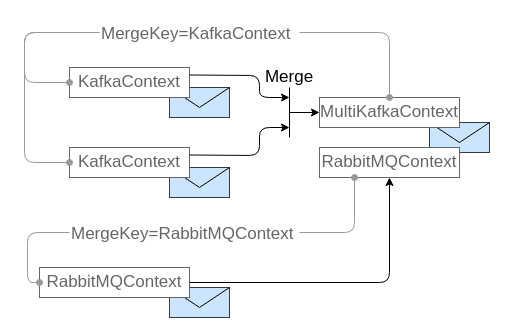
Before: page "example-merge" (7 of 7) of doc/drawings.drawio in AmadeusITGroup/odyssey-reactive-messaging, a draw.io diagram. Source tidied: cells renumbered, new cells numbered last; positions are measured from the earlier drawing's top-left corner, leaving out a move shared by most shapes. Both pictures are drawn from the tidied source at 100%, with x=0, y=0 at pixel (24, 17).
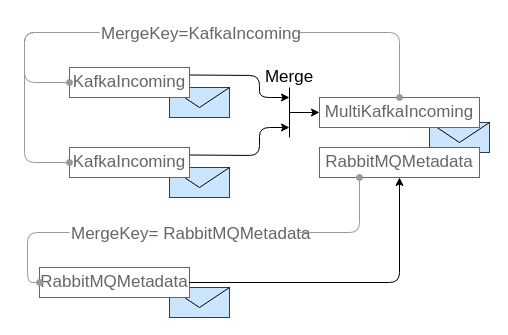
Above is the later version.

Diff of the diagram source:
```diff
@@
-    <mxCell id="17" value="KafkaContext" style="rounded=0;whiteSpace=wrap;html=1;strokeColor=#666666;fontColor=#666666;fontSize=17;" parent="1" vertex="1">
+    <mxCell id="17" value="KafkaIncoming" style="rounded=0;whiteSpace=wrap;html=1;strokeColor=#666666;fontColor=#666666;fontSize=17;" parent="1" vertex="1">
       <mxGeometry x="45" y="50" width="120" height="30" as="geometry" />
     </mxCell>
-    <mxCell id="18" value="KafkaContext" style="rounded=0;whiteSpace=wrap;html=1;strokeColor=#666666;fontColor=#666666;fontSize=17;" parent="1" vertex="1">
+    <mxCell id="18" value="KafkaIncoming" style="rounded=0;whiteSpace=wrap;html=1;strokeColor=#666666;fontColor=#666666;fontSize=17;" parent="1" vertex="1">
       <mxGeometry x="45" y="130" width="120" height="30" as="geometry" />
     </mxCell>
@@
-    <mxCell id="24" value="RabbitMQContext" style="rounded=0;whiteSpace=wrap;html=1;strokeColor=#666666;fontColor=#666666;fontSize=17;" parent="1" vertex="1">
+    <mxCell id="24" value="RabbitMQMetadata" style="rounded=0;whiteSpace=wrap;html=1;strokeColor=#666666;fontColor=#666666;fontSize=17;" parent="1" vertex="1">
       <mxGeometry x="15" y="250" width="150" height="30" as="geometry" />
     </mxCell>
-    <mxCell id="25" value="MergeKey=KafkaContext" style="text;html=1;fontSize=17;fontColor=#666666;" parent="1" vertex="1">
+    <mxCell id="25" value="MergeKey=KafkaIncoming" style="text;html=1;fontSize=17;fontColor=#666666;" parent="1" vertex="1">
       <mxGeometry x="75" width="200" height="30" as="geometry" />
     </mxCell>
-    <mxCell id="26" value="MergeKey=RabbitMQContext" style="text;html=1;fontSize=17;fontColor=#666666;" parent="1" vertex="1">
+    <mxCell id="26" value="MergeKey=&lt;span style=&quot;text-align: center ; white-space: normal&quot;&gt;&amp;nbsp;RabbitMQMetadata&lt;/span&gt;" style="text;html=1;fontSize=17;fontColor=#666666;" parent="1" vertex="1">
       <mxGeometry x="45" y="200" width="230" height="30" as="geometry" />
     </mxCell>
@@
-    <mxCell id="30" value="MultiKafkaContext" style="rounded=0;whiteSpace=wrap;html=1;strokeColor=#666666;fontColor=#666666;fontSize=17;" parent="1" vertex="1">
-      <mxGeometry x="295" y="80" width="140" height="30" as="geometry" />
+    <mxCell id="30" value="MultiKafkaIncoming" style="rounded=0;whiteSpace=wrap;html=1;strokeColor=#666666;fontColor=#666666;fontSize=17;" parent="1" vertex="1">
+      <mxGeometry x="295" y="80" width="160" height="30" as="geometry" />
     </mxCell>
-    <mxCell id="31" value="RabbitMQContext" style="rounded=0;whiteSpace=wrap;html=1;strokeColor=#666666;fontColor=#666666;fontSize=17;" parent="1" vertex="1">
-      <mxGeometry x="295" y="130" width="140" height="30" as="geometry" />
+    <mxCell id="31" value="RabbitMQMetadata" style="rounded=0;whiteSpace=wrap;html=1;strokeColor=#666666;fontColor=#666666;fontSize=17;" parent="1" vertex="1">
+      <mxGeometry x="295" y="130" width="160" height="30" as="geometry" />
     </mxCell>
     <mxCell id="32" style="endArrow=classic;html=1;fontSize=17;entryX=0.5;entryY=1;entryDx=0;entryDy=0;exitX=1;exitY=0.5;exitDx=0;exitDy=0;" parent="1" edge="1" source="24" target="31">
       <mxGeometry relative="1" as="geometry">
         <Array as="points">
-          <mxPoint x="365" y="265" />
+          <mxPoint x="375" y="265" />
         </Array>
       </mxGeometry>
     </mxCell>
@@
     <mxCell id="38" style="endArrow=none;html=1;fontSize=17;entryX=1;entryY=0.5;entryDx=0;entryDy=0;exitX=0.5;exitY=0;exitDx=0;exitDy=0;startArrow=oval;startFill=1;strokeColor=#999999;" parent="1" edge="1" source="30" target="25">
       <mxGeometry relative="1" as="geometry">
         <Array as="points">
-          <mxPoint x="365" y="15" />
+          <mxPoint x="375" y="15" />
         </Array>
       </mxGeometry>
     </mxCell>
     <mxCell id="39" style="endArrow=none;html=1;fontSize=17;exitX=0.25;exitY=1;exitDx=0;exitDy=0;startArrow=oval;startFill=1;strokeColor=#999999;entryX=1;entryY=0.5;entryDx=0;entryDy=0;" parent="1" edge="1" source="31" target="26">
       <mxGeometry relative="1" as="geometry">
         <Array as="points">
-          <mxPoint x="330" y="215" />
+          <mxPoint x="335" y="215" />
         </Array>
       </mxGeometry>
     </mxCell>
```
